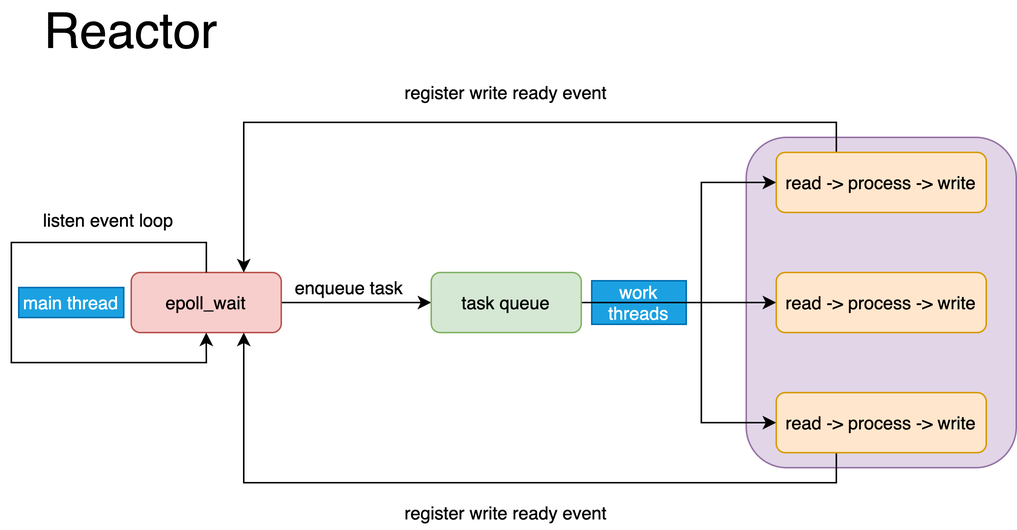
Before: OpenSource/Image/reactor.png, a diagram exported from draw.io (jemmy512/software-engineer). Source tidied: cells renumbered, new cells last; positions are measured from the earlier drawing's top-left corner, leaving out a move shared by most shapes.
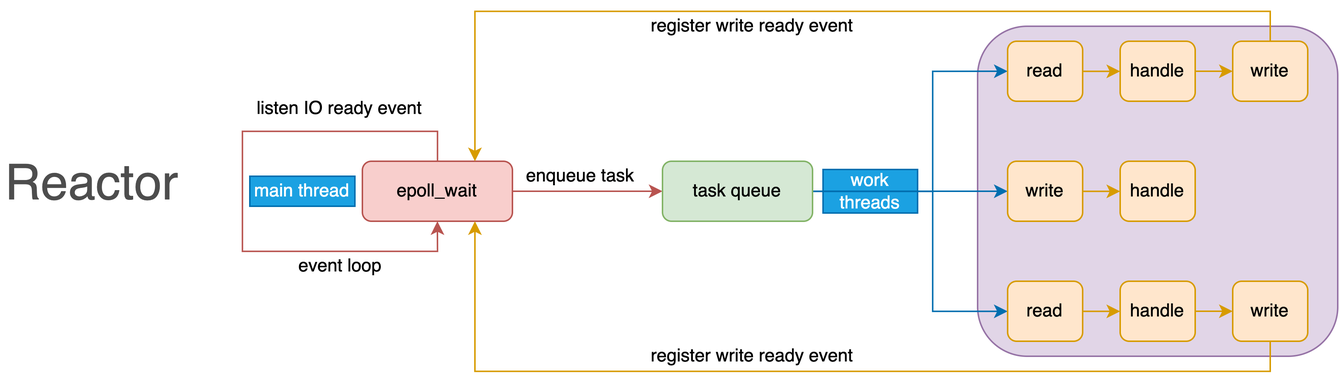
Above is the later version.

What changed in the source:
```diff
@@ -5,16 +5,16 @@
     <mxCell id="2" value="work threads" style="text;html=1;align=center;verticalAlign=middle;whiteSpace=wrap;rounded=0;fillColor=#1ba1e2;strokeColor=#006EAF;fontColor=#ffffff;" parent="1" vertex="1">
       <mxGeometry x="387" y="185.5" width="63" height="29" as="geometry" />
     </mxCell>
-    <mxCell id="3" style="rounded=1;whiteSpace=wrap;html=1;fillColor=#e1d5e7;strokeColor=#9673a6;" parent="1" vertex="1">
-      <mxGeometry x="490" y="90" width="180" height="220" as="geometry" />
-    </mxCell>
+    <mxCell id="22" style="rounded=1;whiteSpace=wrap;html=1;fillColor=#e1d5e7;strokeColor=#9673a6;" parent="1" vertex="1">
+      <mxGeometry x="490" y="90" width="240" height="220" as="geometry" />
+    </mxCell>
-    <mxCell id="4" style="edgeStyle=orthogonalEdgeStyle;rounded=0;jettySize=auto;html=1;entryX=0;entryY=0.5;entryDx=0;entryDy=0;" parent="1" edge="1" source="5" target="12">
+    <mxCell id="4" style="edgeStyle=orthogonalEdgeStyle;rounded=0;jettySize=auto;html=1;entryX=0;entryY=0.5;entryDx=0;entryDy=0;fillColor=#f8cecc;strokeColor=#b85450;" parent="1" edge="1" source="5" target="12">
       <mxGeometry relative="1" as="geometry" />
     </mxCell>
     <mxCell id="5" value="epoll_wait" style="rounded=1;whiteSpace=wrap;html=1;fillColor=#f8cecc;strokeColor=#b85450;" parent="1" vertex="1">
       <mxGeometry x="80" y="180" width="100" height="40" as="geometry" />
     </mxCell>
-    <mxCell id="6" style="edgeStyle=orthogonalEdgeStyle;rounded=0;orthogonalLoop=1;jettySize=auto;html=1;entryX=0.5;entryY=1;entryDx=0;entryDy=0;" parent="1" edge="1" source="5" target="5">
+    <mxCell id="6" style="edgeStyle=orthogonalEdgeStyle;rounded=0;orthogonalLoop=1;jettySize=auto;html=1;entryX=0.5;entryY=1;entryDx=0;entryDy=0;fillColor=#f8cecc;strokeColor=#b85450;" parent="1" edge="1" source="5" target="5">
       <mxGeometry relative="1" as="geometry">
         <Array as="points">
           <mxPoint x="130" y="160" />
@@ -27,67 +27,110 @@
     <mxCell id="7" value="main thread" style="text;html=1;strokeColor=#006EAF;fillColor=#1ba1e2;align=center;verticalAlign=middle;whiteSpace=wrap;rounded=0;fontColor=#ffffff;" parent="1" vertex="1">
       <mxGeometry x="5" y="190" width="70" height="20" as="geometry" />
     </mxCell>
-    <mxCell id="8" value="listen event loop" style="text;html=1;strokeColor=none;fillColor=none;align=center;verticalAlign=middle;whiteSpace=wrap;rounded=0;" parent="1" vertex="1">
-      <mxGeometry x="10" y="130" width="110" height="30" as="geometry" />
-    </mxCell>
-    <mxCell id="9" style="edgeStyle=orthogonalEdgeStyle;rounded=0;jettySize=auto;html=1;entryX=0;entryY=0.5;entryDx=0;entryDy=0;" parent="1" edge="1" source="12" target="15">
-      <mxGeometry relative="1" as="geometry">
-        <Array as="points">
-          <mxPoint x="460" y="200" />
-          <mxPoint x="460" y="120" />
-        </Array>
-      </mxGeometry>
-    </mxCell>
-    <mxCell id="10" style="edgeStyle=orthogonalEdgeStyle;rounded=0;jettySize=auto;html=1;entryX=0;entryY=0.5;entryDx=0;entryDy=0;" parent="1" edge="1" source="12" target="13">
-      <mxGeometry relative="1" as="geometry" />
-    </mxCell>
-    <mxCell id="11" style="edgeStyle=orthogonalEdgeStyle;rounded=0;jettySize=auto;html=1;entryX=0;entryY=0.5;entryDx=0;entryDy=0;" parent="1" edge="1" source="12" target="17">
-      <mxGeometry relative="1" as="geometry">
-        <Array as="points">
-          <mxPoint x="460" y="200" />
-          <mxPoint x="460" y="280" />
-        </Array>
-      </mxGeometry>
-    </mxCell>
+    <mxCell id="23" value="listen IO ready event" style="text;html=1;strokeColor=none;fillColor=none;align=center;verticalAlign=middle;whiteSpace=wrap;rounded=0;" parent="1" vertex="1">
+      <mxGeometry x="5" y="130" width="120" height="30" as="geometry" />
+    </mxCell>
+    <mxCell id="24" style="edgeStyle=orthogonalEdgeStyle;rounded=0;jettySize=auto;html=1;entryX=0;entryY=0.5;entryDx=0;entryDy=0;fillColor=#1ba1e2;strokeColor=#006EAF;" parent="1" edge="1" source="12" target="33">
+      <mxGeometry relative="1" as="geometry">
+        <Array as="points">
+          <mxPoint x="460" y="200" />
+          <mxPoint x="460" y="120" />
+        </Array>
+      </mxGeometry>
+    </mxCell>
+    <mxCell id="25" style="edgeStyle=orthogonalEdgeStyle;rounded=0;jettySize=auto;html=1;fillColor=#1ba1e2;strokeColor=#006EAF;" parent="1" edge="1" source="12" target="37">
+      <mxGeometry relative="1" as="geometry" />
+    </mxCell>
+    <mxCell id="26" style="edgeStyle=orthogonalEdgeStyle;rounded=0;jettySize=auto;html=1;fillColor=#1ba1e2;strokeColor=#006EAF;" parent="1" edge="1" source="12" target="41">
+      <mxGeometry relative="1" as="geometry">
+        <Array as="points">
+          <mxPoint x="460" y="200" />
+          <mxPoint x="460" y="280" />
+        </Array>
+      </mxGeometry>
+    </mxCell>
     <mxCell id="12" value="task queue" style="rounded=1;whiteSpace=wrap;html=1;fillColor=#d5e8d4;strokeColor=#82b366;" parent="1" vertex="1">
       <mxGeometry x="280" y="180" width="100" height="40" as="geometry" />
     </mxCell>
-    <mxCell id="13" value="read -&amp;gt; process -&amp;gt; write" style="rounded=1;whiteSpace=wrap;html=1;fillColor=#ffe6cc;strokeColor=#d79b00;" parent="1" vertex="1">
-      <mxGeometry x="510" y="180" width="140" height="40" as="geometry" />
-    </mxCell>
-    <mxCell id="14" style="edgeStyle=orthogonalEdgeStyle;rounded=0;jettySize=auto;html=1;entryX=0.75;entryY=0;entryDx=0;entryDy=0;" parent="1" edge="1" source="15" target="5">
-      <mxGeometry relative="1" as="geometry">
-        <Array as="points">
-          <mxPoint x="550" y="80" />
-          <mxPoint x="155" y="80" />
-        </Array>
-      </mxGeometry>
-    </mxCell>
-    <mxCell id="15" value="read -&amp;gt; process -&amp;gt; write" style="rounded=1;whiteSpace=wrap;html=1;fillColor=#ffe6cc;strokeColor=#d79b00;" parent="1" vertex="1">
-      <mxGeometry x="510" y="100" width="140" height="40" as="geometry" />
-    </mxCell>
-    <mxCell id="16" style="edgeStyle=orthogonalEdgeStyle;rounded=0;jettySize=auto;html=1;entryX=0.75;entryY=1;entryDx=0;entryDy=0;" parent="1" edge="1" source="17" target="5">
-      <mxGeometry relative="1" as="geometry">
-        <Array as="points">
-          <mxPoint x="550" y="320" />
-          <mxPoint x="155" y="320" />
-        </Array>
-      </mxGeometry>
-    </mxCell>
-    <mxCell id="17" value="read -&amp;gt; process -&amp;gt; write" style="rounded=1;whiteSpace=wrap;html=1;fillColor=#ffe6cc;strokeColor=#d79b00;" parent="1" vertex="1">
-      <mxGeometry x="510" y="260" width="140" height="40" as="geometry" />
-    </mxCell>
-    <mxCell id="18" value="register write ready event" style="text;html=1;strokeColor=none;fillColor=none;align=center;verticalAlign=middle;whiteSpace=wrap;rounded=0;" parent="1" vertex="1">
-      <mxGeometry x="200" y="50" width="260" height="20" as="geometry" />
-    </mxCell>
-    <mxCell id="19" value="register write ready event" style="text;html=1;strokeColor=none;fillColor=none;align=center;verticalAlign=middle;whiteSpace=wrap;rounded=0;" parent="1" vertex="1">
-      <mxGeometry x="200" y="330" width="260" height="20" as="geometry" />
-    </mxCell>
+    <mxCell id="27" style="edgeStyle=orthogonalEdgeStyle;rounded=0;jettySize=auto;html=1;entryX=0.75;entryY=0;entryDx=0;entryDy=0;fillColor=#ffe6cc;strokeColor=#d79b00;" parent="1" edge="1" source="28" target="5">
+      <mxGeometry relative="1" as="geometry">
+        <Array as="points">
+          <mxPoint x="685" y="80" />
+          <mxPoint x="155" y="80" />
+        </Array>
+      </mxGeometry>
+    </mxCell>
+    <mxCell id="28" value="write" style="rounded=1;whiteSpace=wrap;html=1;fillColor=#ffe6cc;strokeColor=#d79b00;" parent="1" vertex="1">
+      <mxGeometry x="660" y="100" width="50" height="40" as="geometry" />
+    </mxCell>
+    <mxCell id="29" style="edgeStyle=orthogonalEdgeStyle;rounded=0;jettySize=auto;html=1;entryX=0.75;entryY=1;entryDx=0;entryDy=0;exitX=0.5;exitY=1;exitDx=0;exitDy=0;fillColor=#ffe6cc;strokeColor=#d79b00;" parent="1" edge="1" source="39" target="5">
+      <mxGeometry relative="1" as="geometry">
+        <Array as="points">
+          <mxPoint x="685" y="320" />
+          <mxPoint x="155" y="320" />
+        </Array>
+      </mxGeometry>
+    </mxCell>
+    <mxCell id="30" value="register write ready event" style="text;html=1;strokeColor=none;fillColor=none;align=center;verticalAlign=middle;whiteSpace=wrap;rounded=0;" parent="1" vertex="1">
+      <mxGeometry x="210" y="80" width="260" height="20" as="geometry" />
+    </mxCell>
+    <mxCell id="31" value="register write ready event" style="text;html=1;strokeColor=none;fillColor=none;align=center;verticalAlign=middle;whiteSpace=wrap;rounded=0;" parent="1" vertex="1">
+      <mxGeometry x="210" y="300" width="260" height="20" as="geometry" />
+    </mxCell>
     <mxCell id="20" value="enqueue task" style="text;html=1;align=center;verticalAlign=middle;" parent="1" vertex="1">
       <mxGeometry x="180" y="180" width="90" height="20" as="geometry" />
     </mxCell>
-    <mxCell id="21" value="Reactor" style="text;html=1;align=center;verticalAlign=middle;whiteSpace=wrap;rounded=0;strokeWidth=3;fontSize=33;" parent="1" vertex="1">
-      <mxGeometry x="20" width="120" height="40" as="geometry" />
+    <mxCell id="21" value="Reactor" style="text;html=1;align=center;verticalAlign=middle;whiteSpace=wrap;rounded=0;strokeWidth=3;fontSize=33;fontColor=#4D4D4D;" parent="1" vertex="1">
+      <mxGeometry x="-160" y="174.5" width="120" height="40" as="geometry" />
     </mxCell>
+    <mxCell id="32" style="edgeStyle=orthogonalEdgeStyle;rounded=0;jettySize=auto;html=1;fillColor=#ffe6cc;strokeColor=#d79b00;" parent="1" edge="1" source="33" target="35">
+      <mxGeometry relative="1" as="geometry" />
+    </mxCell>
+    <mxCell id="33" value="read" style="rounded=1;whiteSpace=wrap;html=1;fillColor=#ffe6cc;strokeColor=#d79b00;" parent="1" vertex="1">
+      <mxGeometry x="510" y="100" width="50" height="40" as="geometry" />
+    </mxCell>
+    <mxCell id="34" style="edgeStyle=orthogonalEdgeStyle;rounded=0;jettySize=auto;html=1;entryX=0;entryY=0.5;entryDx=0;entryDy=0;fillColor=#ffe6cc;strokeColor=#d79b00;" parent="1" edge="1" source="35" target="28">
+      <mxGeometry relative="1" as="geometry">
+        <Array as="points">
+          <mxPoint x="630" y="120" />
+          <mxPoint x="630" y="120" />
+        </Array>
+      </mxGeometry>
+    </mxCell>
+    <mxCell id="35" value="handle" style="rounded=1;whiteSpace=wrap;html=1;fillColor=#ffe6cc;strokeColor=#d79b00;" parent="1" vertex="1">
+      <mxGeometry x="585" y="100" width="50" height="40" as="geometry" />
+    </mxCell>
+    <mxCell id="36" style="edgeStyle=orthogonalEdgeStyle;rounded=0;jettySize=auto;html=1;fillColor=#ffe6cc;strokeColor=#d79b00;" parent="1" edge="1" source="37" target="38">
+      <mxGeometry relative="1" as="geometry" />
+    </mxCell>
+    <mxCell id="37" value="write" style="rounded=1;whiteSpace=wrap;html=1;fillColor=#ffe6cc;strokeColor=#d79b00;" parent="1" vertex="1">
+      <mxGeometry x="510" y="180" width="50" height="40" as="geometry" />
+    </mxCell>
+    <mxCell id="38" value="handle" style="rounded=1;whiteSpace=wrap;html=1;fillColor=#ffe6cc;strokeColor=#d79b00;" parent="1" vertex="1">
+      <mxGeometry x="585" y="180" width="50" height="40" as="geometry" />
+    </mxCell>
+    <mxCell id="39" value="write" style="rounded=1;whiteSpace=wrap;html=1;fillColor=#ffe6cc;strokeColor=#d79b00;" parent="1" vertex="1">
+      <mxGeometry x="660" y="260" width="50" height="40" as="geometry" />
+    </mxCell>
+    <mxCell id="40" style="edgeStyle=orthogonalEdgeStyle;rounded=0;jettySize=auto;html=1;fillColor=#ffe6cc;strokeColor=#d79b00;" parent="1" edge="1" source="41" target="43">
+      <mxGeometry relative="1" as="geometry" />
+    </mxCell>
+    <mxCell id="41" value="read" style="rounded=1;whiteSpace=wrap;html=1;fillColor=#ffe6cc;strokeColor=#d79b00;" parent="1" vertex="1">
+      <mxGeometry x="510" y="260" width="50" height="40" as="geometry" />
+    </mxCell>
+    <mxCell id="42" style="edgeStyle=orthogonalEdgeStyle;rounded=0;jettySize=auto;html=1;entryX=0;entryY=0.5;entryDx=0;entryDy=0;fillColor=#ffe6cc;strokeColor=#d79b00;" parent="1" edge="1" source="43" target="39">
+      <mxGeometry relative="1" as="geometry">
+        <Array as="points">
+          <mxPoint x="630" y="280" />
+          <mxPoint x="630" y="280" />
+        </Array>
+      </mxGeometry>
+    </mxCell>
+    <mxCell id="43" value="handle" style="rounded=1;whiteSpace=wrap;html=1;fillColor=#ffe6cc;strokeColor=#d79b00;" parent="1" vertex="1">
+      <mxGeometry x="585" y="260" width="50" height="40" as="geometry" />
+    </mxCell>
+    <mxCell id="44" value="event loop" style="text;html=1;align=center;verticalAlign=middle;strokeColor=none;fillColor=none;" parent="1" vertex="1">
+      <mxGeometry x="30" y="240" width="70" height="20" as="geometry" />
+    </mxCell>
   </root>
 </mxGraphModel>
```
